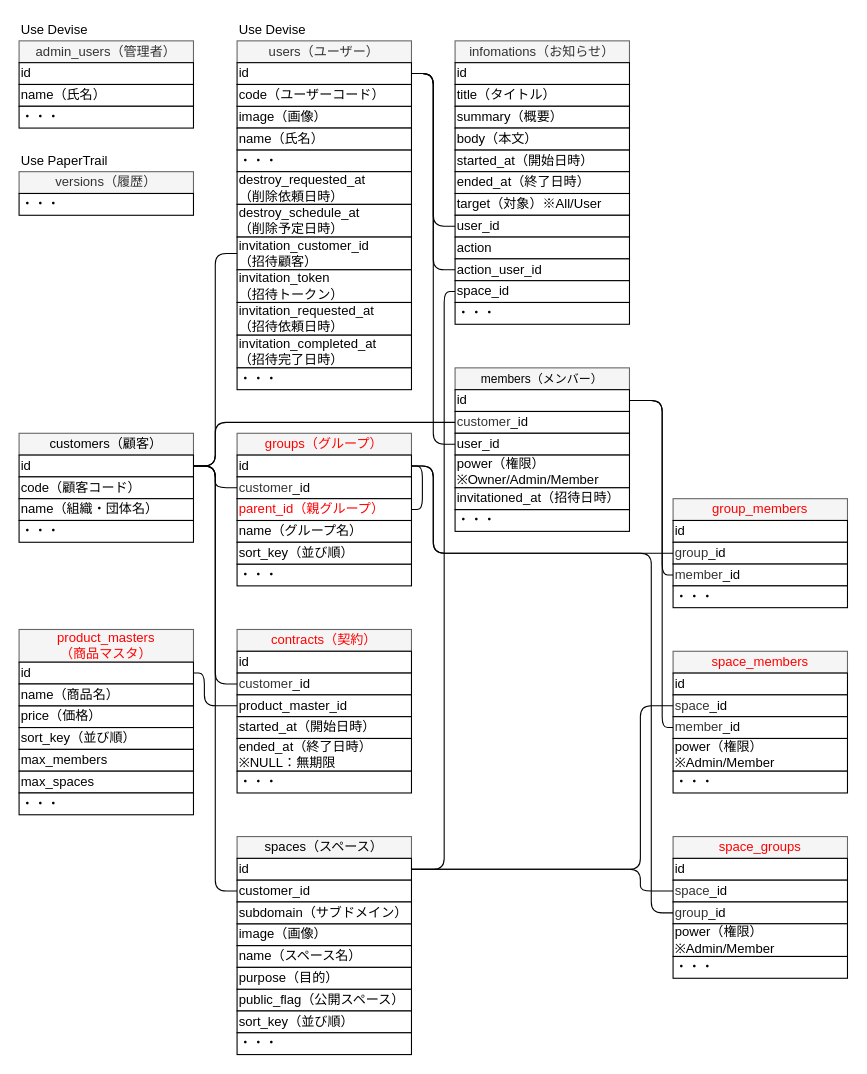
The draw.io diagram 設計/ER図.drawio in nightonlypj/rails-app-origin, before the edit. Source tidied: cells renumbered, new cells numbered last; positions are measured from the earlier drawing's top-left corner, leaving out a move shared by most shapes. Both pictures are drawn from the tidied source at 109%, with x=0, y=0 at pixel (19, 19).
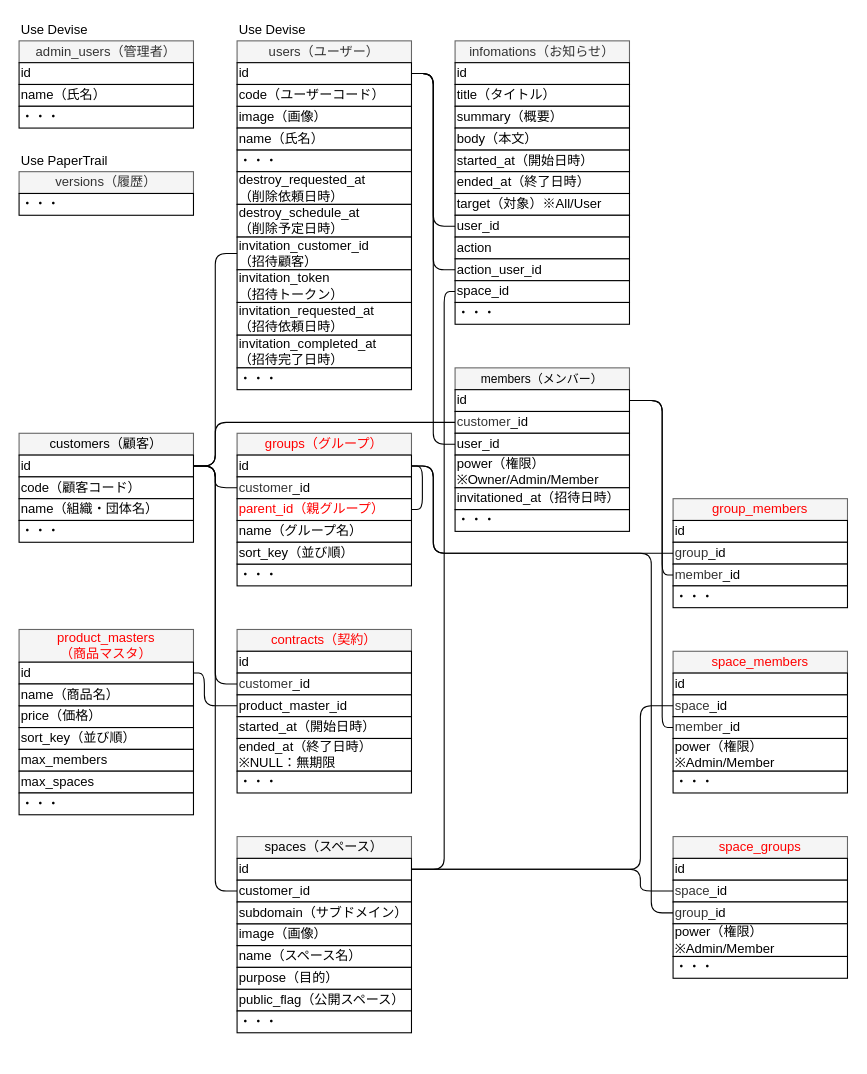
The same page after the edit.

The edit, as a diff of the source:
```diff
@@
-    <mxCell id="40" value="sort_key（並び順）" style="rounded=0;whiteSpace=wrap;html=1;align=left;" parent="1" vertex="1">
-      <mxGeometry x="200" y="910" width="160" height="20" as="geometry" />
-    </mxCell>
@@
     <mxCell id="114" value="・・・" style="rounded=0;whiteSpace=wrap;html=1;align=left;" parent="1" vertex="1">
-      <mxGeometry x="200" y="930" width="160" height="20" as="geometry" />
+      <mxGeometry x="200" y="910" width="160" height="20" as="geometry" />
     </mxCell>
```
